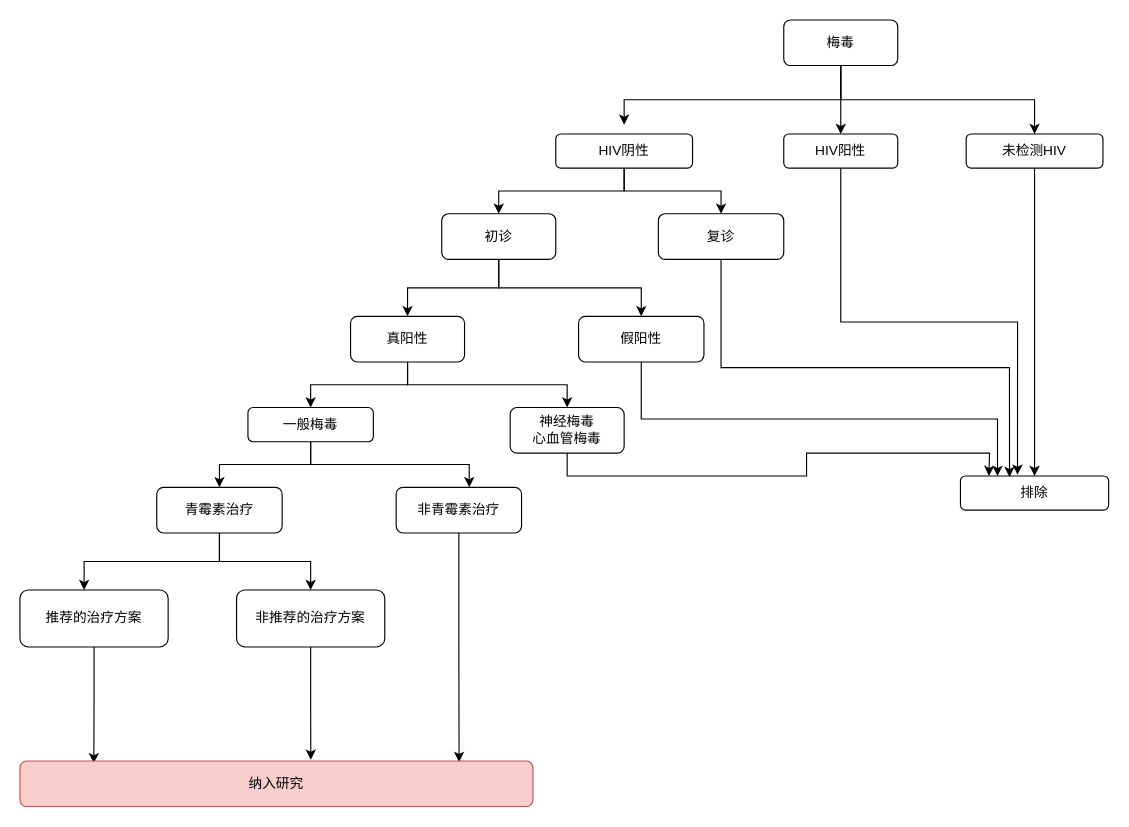
This is Untitled Diagram.drawio from brainu/brainu, a draw.io file, before an edit. Source tidied: cells renumbered, new cells numbered last; positions are measured from the earlier drawing's top-left corner, leaving out a move shared by most shapes. Both pictures are drawn from the tidied source at 114%, with x=0, y=0 at pixel (19, 19).
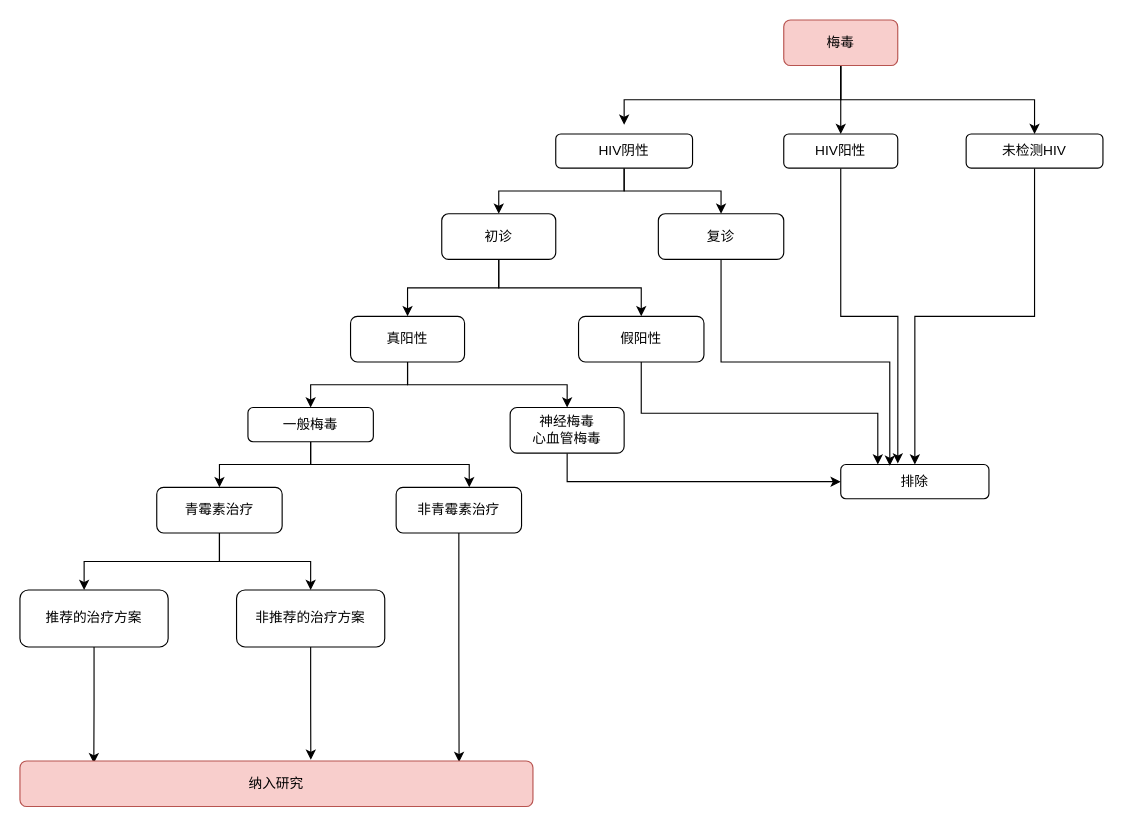
After the change.

Unchanged cells that the change refers to:
```xml
<mxCell id="24" value="&lt;div&gt;神经梅毒&lt;/div&gt;&lt;div&gt;心血管梅毒&lt;br&gt;&lt;/div&gt;" style="rounded=1;whiteSpace=wrap;html=1;" parent="1" vertex="1">
  <mxGeometry x="430" y="340" width="100" height="40" as="geometry" />
</mxCell>
```

Change to the diagram source:
```diff
@@
-    <mxCell id="5" value="梅毒" style="rounded=1;whiteSpace=wrap;html=1;" parent="1" vertex="1">
+    <mxCell id="5" value="梅毒" style="rounded=1;whiteSpace=wrap;html=1;fillColor=#f8cecc;strokeColor=#b85450;" parent="1" vertex="1">
       <mxGeometry x="670" width="100" height="40" as="geometry" />
     </mxCell>
@@
     <mxCell id="13" value="排除" style="rounded=1;whiteSpace=wrap;html=1;" parent="1" vertex="1">
-      <mxGeometry x="825" y="400" width="130" height="30" as="geometry" />
+      <mxGeometry x="720" y="390" width="130" height="30" as="geometry" />
     </mxCell>
@@
-    <mxCell id="21" style="edgeStyle=orthogonalEdgeStyle;rounded=0;jettySize=auto;html=1;exitX=0.5;exitY=1;exitDx=0;exitDy=0;" parent="1" edge="1" source="24">
-      <mxGeometry relative="1" as="geometry">
-        <mxPoint x="850" y="400" as="targetPoint" />
-      </mxGeometry>
+    <mxCell id="21" style="edgeStyle=orthogonalEdgeStyle;rounded=0;jettySize=auto;html=1;exitX=0.5;exitY=1;exitDx=0;exitDy=0;entryX=0;entryY=0.5;entryDx=0;entryDy=0;" parent="1" edge="1" source="24" target="13">
+      <mxGeometry relative="1" as="geometry" />
     </mxCell>
```
